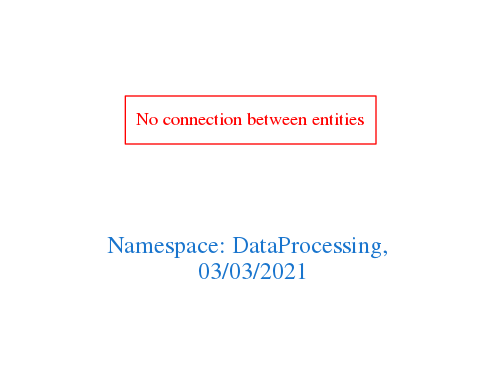
Before: downloads/DataProcessing.png, a diagram exported from Graphviz (arago/OGIT). Its source is kept beside it as downloads/DataProcessing.dot.
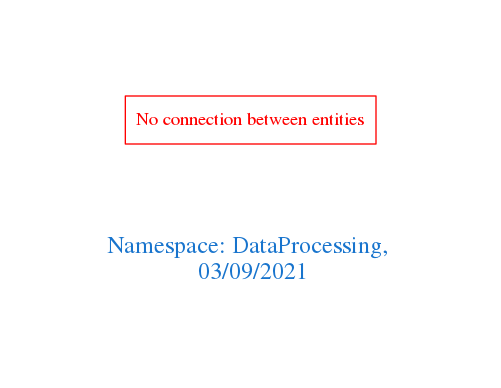
After the commit.

The edit, as a diff of the source:
```diff
@@ -1,7 +1,7 @@
 digraph OGIT_ontology {
  graph [ rankdir= LR,pad=1
 fontsize = 18,
-fontcolor= dodgerblue3,label = "\n\n\nNamespace: DataProcessing, \n 03/03/2021"];
+fontcolor= dodgerblue3,label = "\n\n\nNamespace: DataProcessing, \n 03/09/2021"];
 node[shape=polygon];
 edge [  color="gray81"];
 
```
